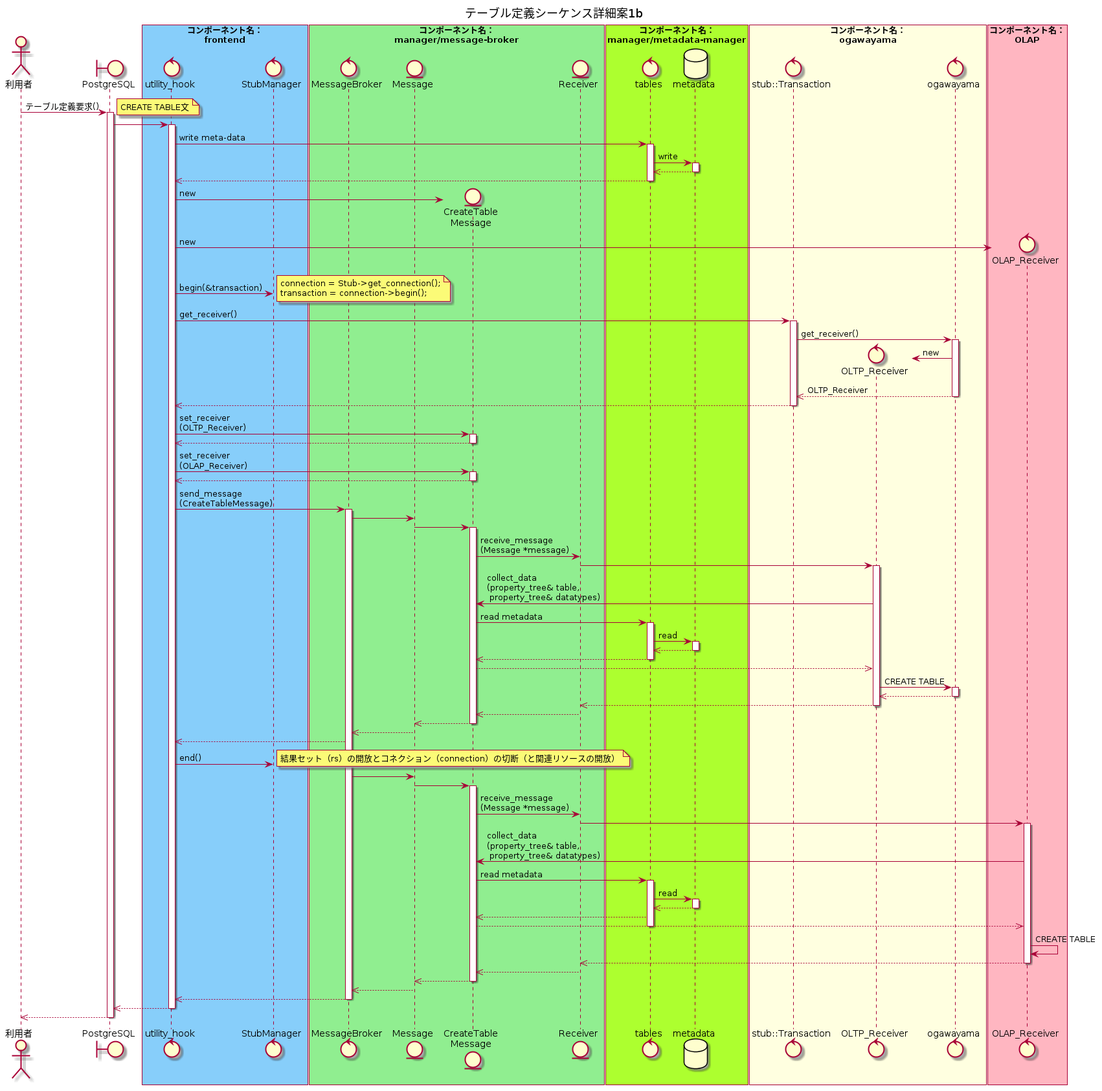
project-tsurugi/tsurugi_fdw keeps this PlantUML diagram as docs/design/img/out/CREATE_TABLE_detail/テーブル定義シーケンス詳細案1b.png. Above is the earlier version.
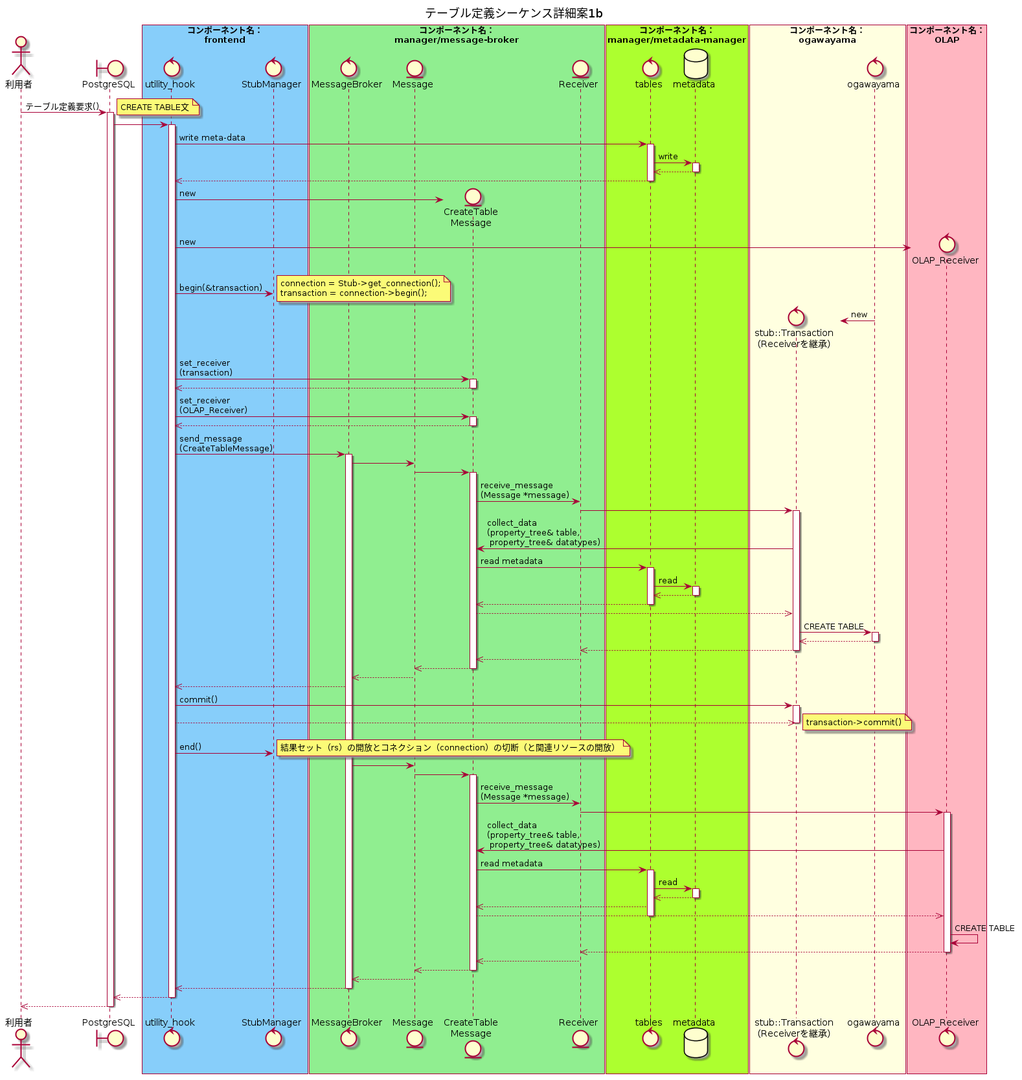
After the change.

Commit message:
Fix sequence plan 1b

The edit, as a diff of the source:
```diff
@@ -23,8 +23,7 @@
 end box
 
 box "コンポーネント名：\nogawayama" #LightYellow
-control "stub::Transaction" as tran
-control "OLTP_Receiver" as oltp_receiver
+control "stub::Transaction\n（Receiverを継承）" as tran
 control "ogawayama" as ogawayama
 end box
 
@@ -59,17 +58,9 @@
   connection = Stub->get_connection();
   transaction = connection->begin();
   end note
-  utility_hook -> tran : get_receiver()
-  activate tran
-  tran -> ogawayama : get_receiver()
-  activate ogawayama
-  create oltp_receiver
-  ogawayama -> oltp_receiver : new
-  tran <<-- ogawayama : OLTP_Receiver
-  deactivate ogawayama
-  utility_hook <<-- tran
-  deactivate tran
-  utility_hook -> concrete_message : set_receiver\n(OLTP_Receiver)
+  create tran
+  ogawayama -> tran : new
+  utility_hook -> concrete_message : set_receiver\n(transaction)
   activate concrete_message
     utility_hook <<-- concrete_message
   deactivate concrete_message
@@ -85,9 +76,9 @@
   Message -> concrete_message
   activate concrete_message
     concrete_message -> Receiver : receive_message\n(Message *message)
-    Receiver -> oltp_receiver
-    activate oltp_receiver
-      oltp_receiver -> concrete_message : collect_data\n(property_tree& table,\n property_tree& datatypes)
+    Receiver -> tran
+    activate tran
+      tran -> concrete_message : collect_data\n(property_tree& table,\n property_tree& datatypes)
       concrete_message -> tables : read metadata
       activate tables
         tables -> metadata : read
@@ -96,18 +87,25 @@
         deactivate metadata
         concrete_message <<-- tables
       deactivate tables
-      oltp_receiver <<-- concrete_message
-      oltp_receiver -> ogawayama : CREATE TABLE
+      tran <<-- concrete_message
+      tran -> ogawayama : CREATE TABLE
       activate ogawayama
-      oltp_receiver <<-- ogawayama
+      tran <<-- ogawayama
       deactivate ogawayama
-    Receiver <<-- oltp_receiver
-    deactivate oltp_receiver
+    Receiver <<-- tran
+    deactivate tran
     concrete_message <<-- Receiver
   Message <<-- concrete_message
   deactivate concrete_message
   MessageBroker <<-- Message
   utility_hook <<-- MessageBroker
+  utility_hook -> tran : commit()
+  activate tran
+  tran <<-- utility_hook
+  deactivate tran
+  note right
+  transaction->commit()
+  end note
   utility_hook -> StubManager : end()
   note right
   結果セット（rs）の開放とコネクション（connection）の切断（と関連リソースの開放）
```
